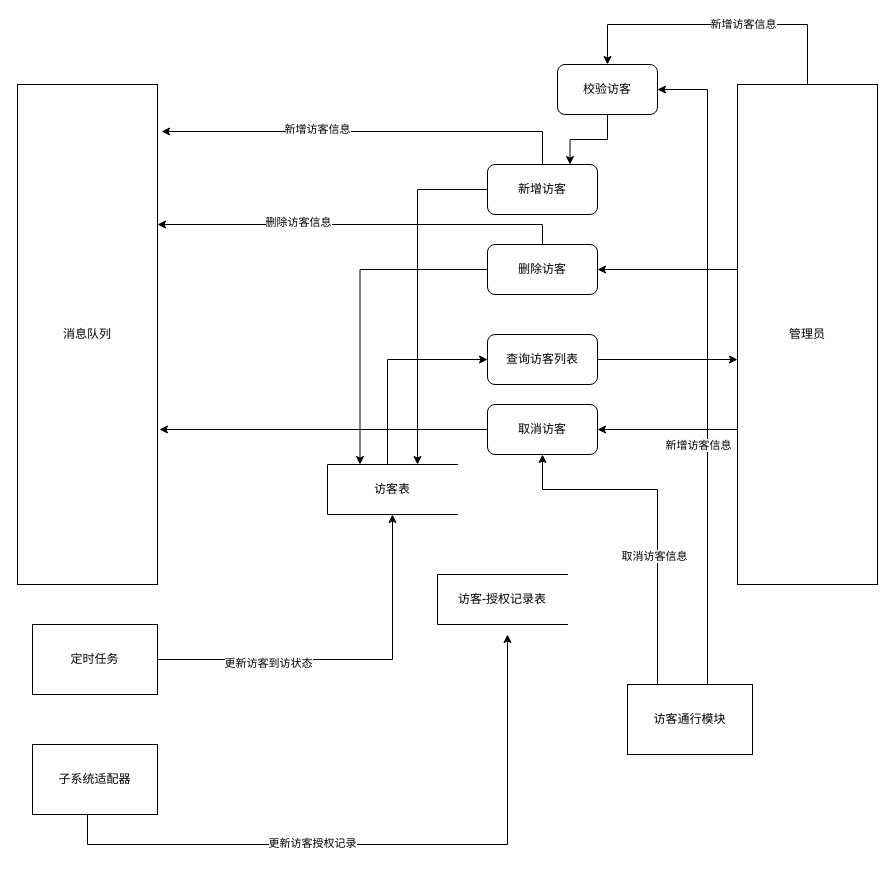
This is 访客管理.drawio from Alger-g/diagrams, a draw.io file, before an edit. Source tidied: cells renumbered, new cells numbered last; positions are measured from the earlier drawing's top-left corner, leaving out a move shared by most shapes. Both pictures are drawn from the tidied source at 100%, with x=0, y=0 at pixel (17, 24).
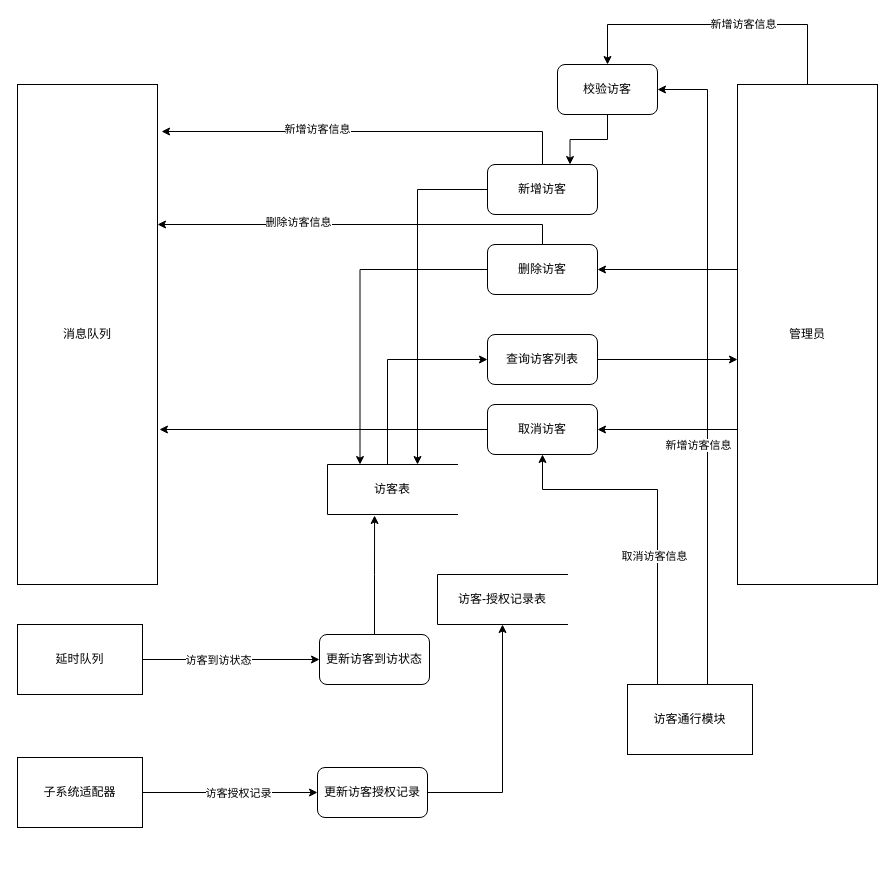
After the change.

Commit message:
更新访客管理.drawio

Unchanged cells that the change refers to:
```xml
<mxCell id="3" value="访客表" style="shape=partialRectangle;whiteSpace=wrap;html=1;bottom=1;right=1;left=1;top=0;fillColor=none;routingCenterX=-0.5;direction=south;" parent="1" vertex="1">
  <mxGeometry x="310" y="440" width="130" height="50" as="geometry" />
</mxCell>
<mxCell id="32" value="访客-授权记录表" style="shape=partialRectangle;whiteSpace=wrap;html=1;bottom=1;right=1;left=1;top=0;fillColor=none;routingCenterX=-0.5;direction=south;" parent="1" vertex="1">
  <mxGeometry x="420" y="550" width="130" height="50" as="geometry" />
</mxCell>
```

What changed in the source:
```diff
@@
-    <mxCell id="22" style="edgeStyle=orthogonalEdgeStyle;rounded=0;jettySize=auto;html=1;" parent="1" edge="1" source="24">
-      <mxGeometry relative="1" as="geometry">
-        <mxPoint x="490" y="610" as="targetPoint" />
-        <Array as="points">
-          <mxPoint x="70" y="820" />
-          <mxPoint x="490" y="820" />
-        </Array>
-      </mxGeometry>
-    </mxCell>
-    <mxCell id="23" value="更新访客授权记录" style="edgeLabel;html=1;align=center;verticalAlign=middle;points=[];" parent="22" vertex="1">
-      <mxGeometry x="-0.23" y="2" relative="1" as="geometry" />
-    </mxCell>
+    <mxCell id="36" style="edgeStyle=orthogonalEdgeStyle;rounded=0;jettySize=auto;html=1;entryX=0;entryY=0.5;entryDx=0;entryDy=0;" parent="1" edge="1" source="24" target="23">
+      <mxGeometry relative="1" as="geometry" />
+    </mxCell>
+    <mxCell id="37" value="访客授权记录" style="edgeLabel;html=1;align=center;verticalAlign=middle;" parent="36" vertex="1">
+      <mxGeometry x="-0.29" y="-4" relative="1" as="geometry">
+        <mxPoint x="33" y="-4" as="offset" />
+      </mxGeometry>
+    </mxCell>
     <mxCell id="24" value="子系统适配器" style="rounded=0;whiteSpace=wrap;html=1;" parent="1" vertex="1">
-      <mxGeometry x="15" y="720" width="125" height="70" as="geometry" />
+      <mxGeometry y="733" width="125" height="70" as="geometry" />
     </mxCell>
@@
-    <mxCell id="33" style="edgeStyle=orthogonalEdgeStyle;rounded=0;jettySize=auto;html=1;entryX=1;entryY=0.5;entryDx=0;entryDy=0;" parent="1" edge="1" source="35" target="3">
-      <mxGeometry relative="1" as="geometry" />
-    </mxCell>
+    <mxCell id="38" style="edgeStyle=orthogonalEdgeStyle;rounded=0;jettySize=auto;html=1;" parent="1" edge="1" source="35" target="34">
+      <mxGeometry relative="1" as="geometry" />
+    </mxCell>
+    <mxCell id="39" value="访客到访状态" style="edgeLabel;html=1;align=center;verticalAlign=middle;" parent="38" vertex="1">
+      <mxGeometry x="-0.49" y="-3" relative="1" as="geometry">
+        <mxPoint x="30" y="-3" as="offset" />
+      </mxGeometry>
+    </mxCell>
+    <mxCell id="35" value="延时队列" style="rounded=0;whiteSpace=wrap;html=1;" parent="1" vertex="1">
+      <mxGeometry y="600" width="125" height="70" as="geometry" />
+    </mxCell>
+    <mxCell id="40" style="edgeStyle=orthogonalEdgeStyle;rounded=0;jettySize=auto;html=1;" parent="1" edge="1" source="23" target="32">
+      <mxGeometry relative="1" as="geometry" />
+    </mxCell>
+    <mxCell id="23" value="更新访客授权记录" style="rounded=1;whiteSpace=wrap;html=1;" parent="1" vertex="1">
+      <mxGeometry x="300" y="743" width="110" height="50" as="geometry" />
+    </mxCell>
-    <mxCell id="34" value="更新访客到访状态" style="edgeLabel;html=1;align=center;verticalAlign=middle;points=[];" parent="33" vertex="1">
-      <mxGeometry x="-0.42" y="-3" relative="1" as="geometry" />
+    <mxCell id="34" value="更新访客到访状态" style="rounded=1;whiteSpace=wrap;html=1;" parent="1" vertex="1">
+      <mxGeometry x="302" y="610" width="110" height="50" as="geometry" />
     </mxCell>
-    <mxCell id="35" value="定时任务" style="rounded=0;whiteSpace=wrap;html=1;" parent="1" vertex="1">
-      <mxGeometry x="15" y="600" width="125" height="70" as="geometry" />
-    </mxCell>
+    <mxCell id="41" style="edgeStyle=orthogonalEdgeStyle;rounded=0;jettySize=auto;html=1;entryX=1.02;entryY=0.638;entryDx=0;entryDy=0;entryPerimeter=0;" parent="1" edge="1" source="34" target="3">
+      <mxGeometry relative="1" as="geometry" />
+    </mxCell>
```
